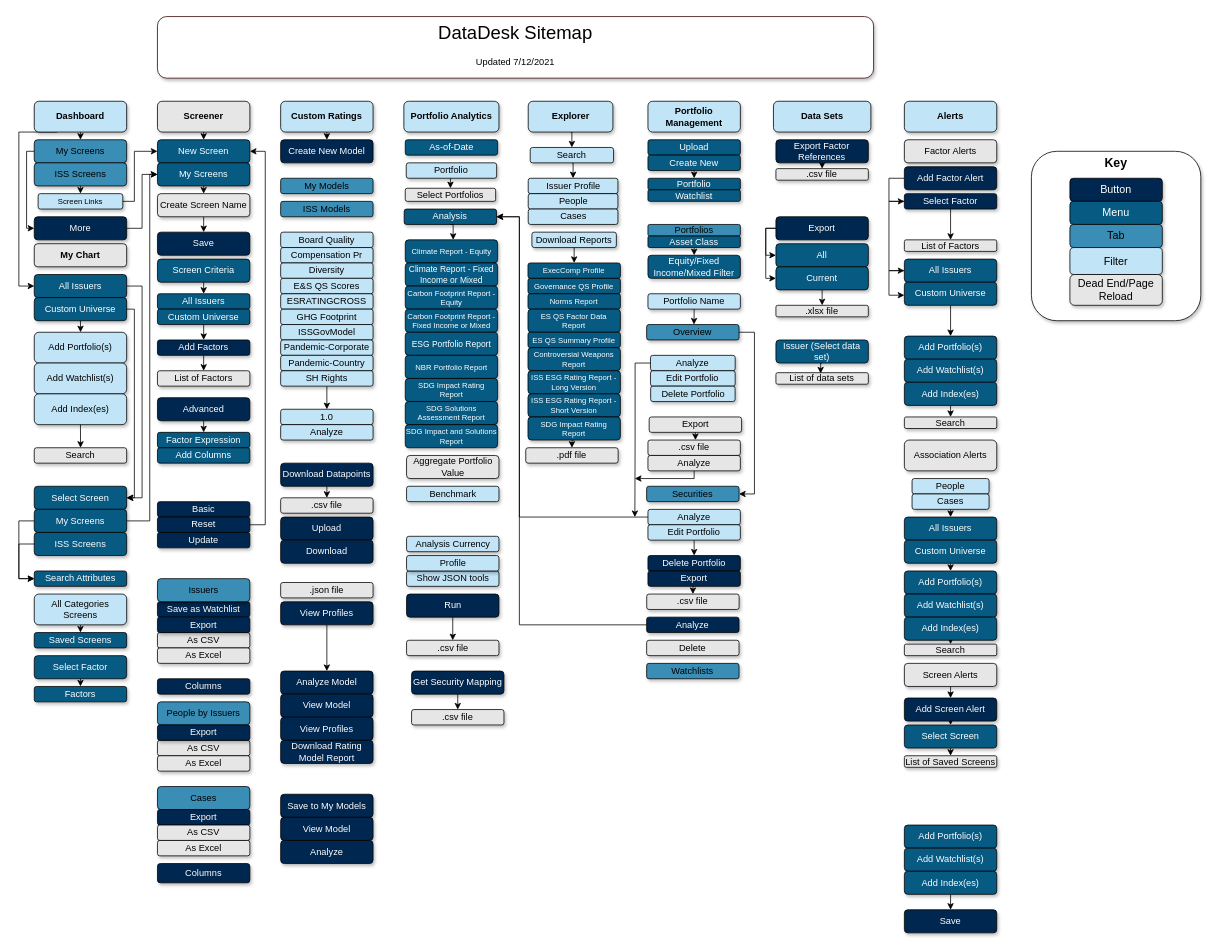
The draw.io diagram DD_ObsoleteMetadata/DataDeskSitemap.drawio in slingshotdancu/slingshotdancu.github.io, before the edit. Source tidied: cells renumbered, new cells numbered last; positions are measured from the earlier drawing's top-left corner, leaving out a move shared by most shapes. Both pictures are drawn from the tidied source at 77%, with x=0, y=0 at pixel (18, 16).
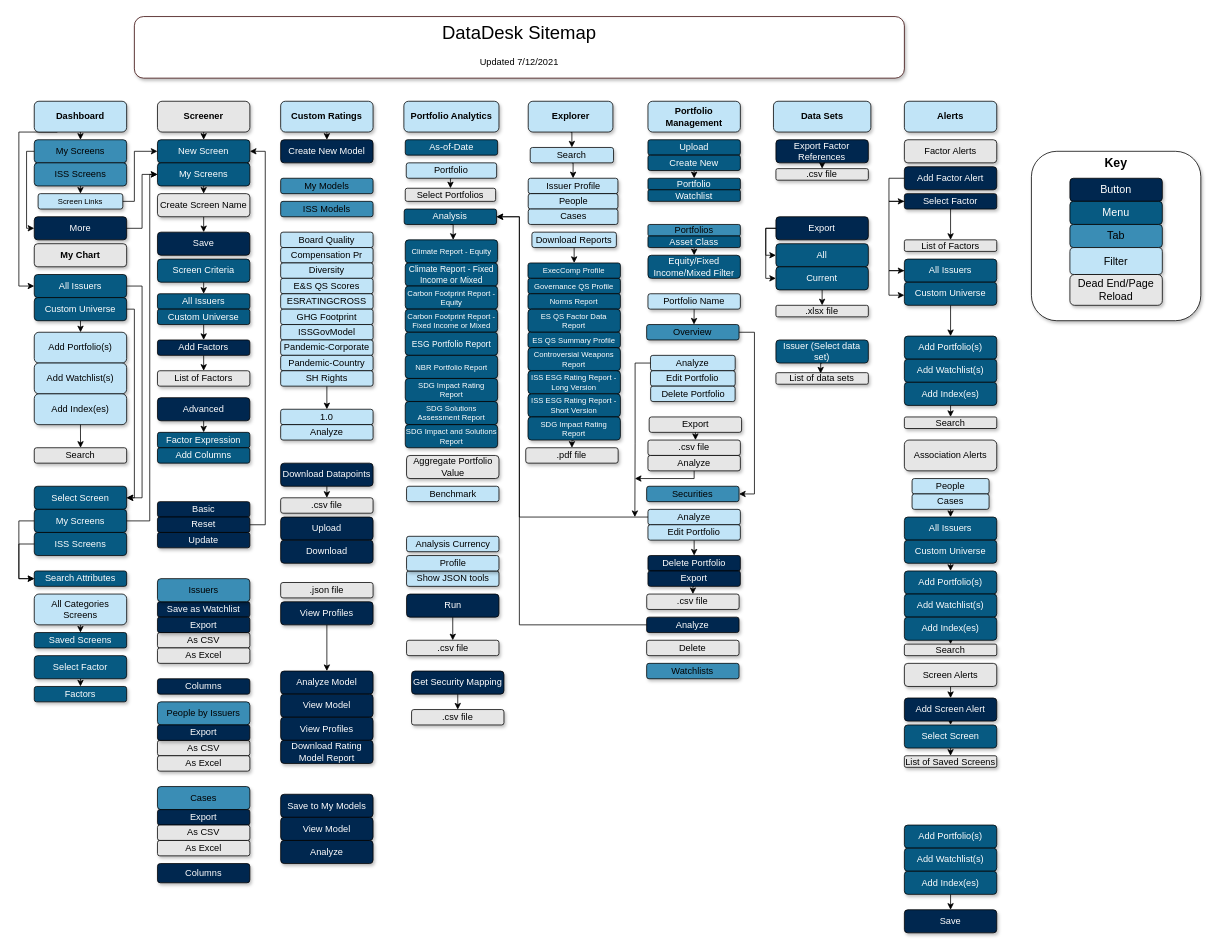
The same page after the edit.

What changed in the source:
```diff
@@
-<mxGraphModel>
+<mxGraphModel background="#FFFFFF">
@@
     <mxCell id="262" style="group;" parent="1" vertex="1">
-      <mxGeometry x="180" width="930" height="80" as="geometry" />
+      <mxGeometry x="150" width="1000" height="80" as="geometry" />
     </mxCell>
     <mxCell id="263" value="&lt;font style=&quot;font-weight: normal ; font-size: 24px&quot;&gt;DataDesk Sitemap&lt;/font&gt;" style="rounded=1;whiteSpace=wrap;html=1;fontSize=20;fontStyle=1;horizontal=1;verticalAlign=top;strokeWidth=1;strokeColor=#330000;shadow=1;" parent="262" vertex="1">
-      <mxGeometry width="930" height="80" as="geometry" />
+      <mxGeometry width="1000" height="80" as="geometry" />
     </mxCell>
     <mxCell id="264" value="Updated 7/12/2021" style="text;html=1;strokeColor=none;fillColor=none;align=center;verticalAlign=middle;whiteSpace=wrap;rounded=0;shadow=1;fontSize=12;" parent="262" vertex="1">
-      <mxGeometry x="383" y="50" width="164" height="20" as="geometry" />
+      <mxGeometry x="411.8" y="50" width="176.3" height="20" as="geometry" />
     </mxCell>
```
